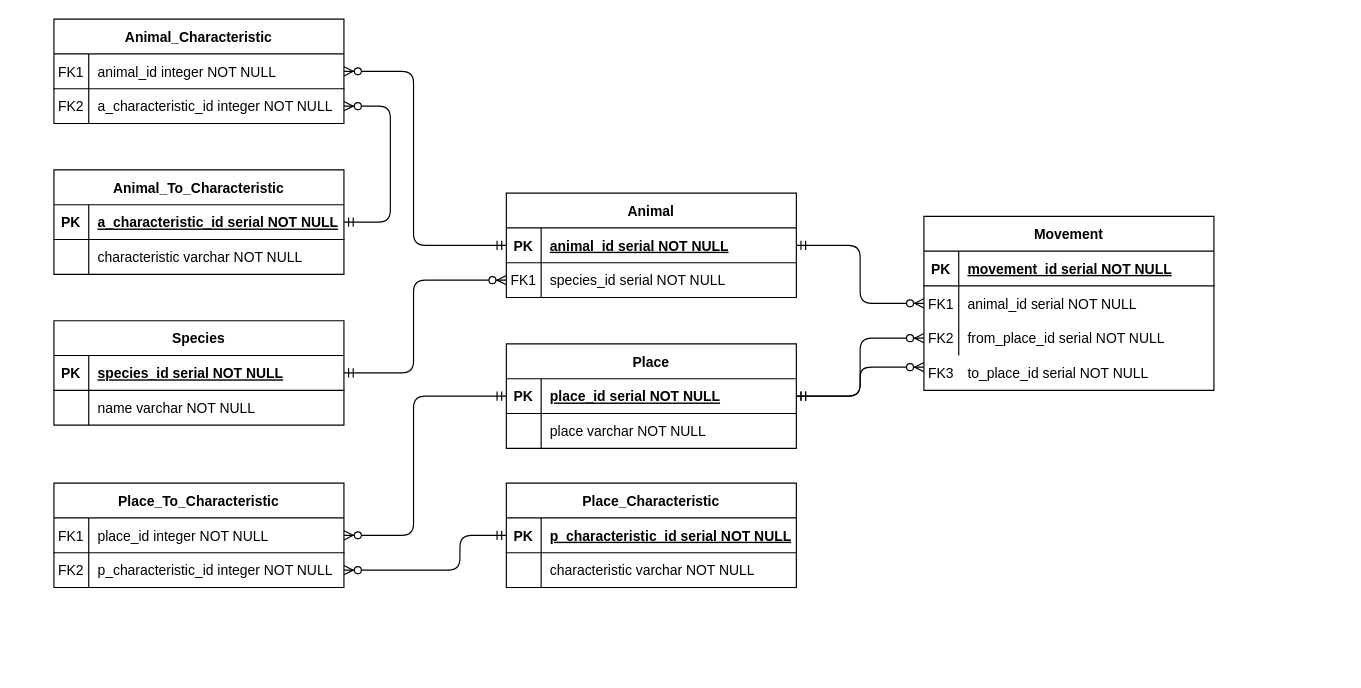
The draw.io diagram lab1/Lab1-ER-Diagram.drawio in Punctuality/Information_Systems_And_Databases_ITMO_2020, before the edit. Source tidied: cells renumbered, new cells numbered last; positions are measured from the earlier drawing's top-left corner, leaving out a move shared by most shapes. Both pictures are drawn from the tidied source at 116%, with x=0, y=0 at pixel (53, 19).
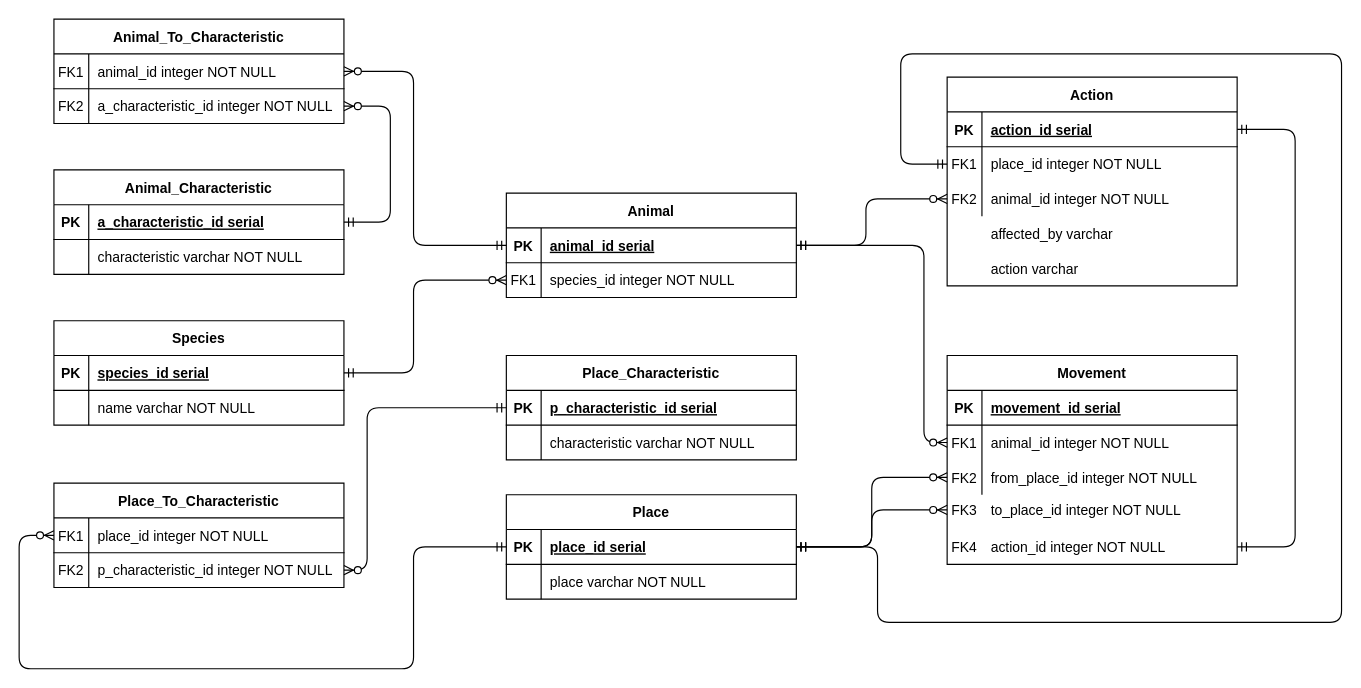
The same page after the edit.

Unchanged cells that the change refers to:
```xml
<mxCell id="15" style="shape=partialRectangle;fillColor=none;points=[[0,0.5],[1,0.5]];portConstraint=eastwest;top=0;left=0;right=0;bottom=1;" parent="14" vertex="1">
  <mxGeometry y="30" width="250" height="30" as="geometry" />
</mxCell>
<mxCell id="18" style="shape=partialRectangle;fillColor=none;points=[[0,0.5],[1,0.5]];portConstraint=eastwest;top=0;left=0;right=0;bottom=0;" parent="14" vertex="1">
  <mxGeometry y="60" width="250" height="30" as="geometry" />
</mxCell>
<mxCell id="23" style="shape=partialRectangle;fillColor=none;top=0;left=0;right=0;bottom=1;" parent="22" vertex="1">
  <mxGeometry y="30" width="250" height="30" as="geometry" />
</mxCell>
<mxCell id="26" style="shape=partialRectangle;fillColor=none;points=[[0,0.5],[1,0.5]];portConstraint=eastwest;top=0;left=0;right=0;bottom=0;" parent="22" vertex="1">
  <mxGeometry y="60" width="250" height="30" as="geometry" />
</mxCell>
<mxCell id="29" style="shape=partialRectangle;fillColor=none;points=[[0,0.5],[1,0.5]];portConstraint=eastwest;top=0;left=0;right=0;bottom=0;" parent="22" vertex="1">
  <mxGeometry y="90" width="250" height="30" as="geometry" />
</mxCell>
<mxCell id="45" style="shape=partialRectangle;fillColor=none;points=[[0,0.5],[1,0.5]];portConstraint=eastwest;top=0;left=0;right=0;bottom=1;" parent="44" vertex="1">
  <mxGeometry y="30" width="250" height="30" as="geometry" />
</mxCell>
<mxCell id="52" style="shape=partialRectangle;fillColor=none;points=[[0,0.5],[1,0.5]];portConstraint=eastwest;top=0;left=0;right=0;bottom=1;" parent="51" vertex="1">
  <mxGeometry y="30" width="250" height="30" as="geometry" />
</mxCell>
<mxCell id="61" style="shape=partialRectangle;fillColor=none;points=[[0,0.5],[1,0.5]];portConstraint=eastwest;top=0;left=0;right=0;bottom=1;fontStyle=1;" parent="60" vertex="1">
  <mxGeometry y="30" width="250" height="30" as="geometry" />
</mxCell>
<mxCell id="64" style="shape=partialRectangle;fillColor=none;points=[[0,0.5],[1,0.5]];portConstraint=eastwest;top=0;left=0;right=0;bottom=0;" parent="60" vertex="1">
  <mxGeometry y="60" width="250" height="30" as="geometry" />
</mxCell>
<mxCell id="70" style="shape=partialRectangle;fillColor=none;points=[[0,0.5],[1,0.5]];portConstraint=eastwest;top=0;left=0;right=0;bottom=1;" parent="69" vertex="1">
  <mxGeometry y="30" width="250" height="30" as="geometry" />
</mxCell>
```

The edit, as a diff of the source:
```diff
@@
-    <mxCell id="3" value="Place" style="shape=table;startSize=30;childLayout=tableLayout;rowLines=0;fontStyle=1;align=center;" parent="1" vertex="1">
-      <mxGeometry x="390" y="280" width="250" height="90" as="geometry" />
-    </mxCell>
-    <mxCell id="4" style="shape=partialRectangle;fillColor=none;points=[[0,0.5],[1,0.5]];portConstraint=eastwest;top=0;left=0;right=0;bottom=1;" parent="3" vertex="1">
-      <mxGeometry y="30" width="250" height="30" as="geometry" />
-    </mxCell>
-    <mxCell id="5" value="PK" style="shape=partialRectangle;overflow=hidden;fillColor=none;top=0;left=0;bottom=0;right=0;fontStyle=1;" parent="4" vertex="1">
-      <mxGeometry width="30" height="30" as="geometry" />
-    </mxCell>
-    <mxCell id="6" value="place_id serial NOT NULL " style="shape=partialRectangle;overflow=hidden;fillColor=none;top=0;left=0;bottom=0;right=0;align=left;spacingLeft=6;fontStyle=5;" parent="4" vertex="1">
-      <mxGeometry x="30" width="220" height="30" as="geometry" />
-    </mxCell>
-    <mxCell id="7" style="shape=partialRectangle;fillColor=none;top=0;left=0;right=0;bottom=0;" parent="3" vertex="1">
-      <mxGeometry y="60" width="250" height="30" as="geometry" />
-    </mxCell>
-    <mxCell id="8" style="shape=partialRectangle;overflow=hidden;fillColor=none;top=0;left=0;bottom=0;right=0;" parent="7" vertex="1">
-      <mxGeometry width="30" height="30" as="geometry" />
-    </mxCell>
-    <mxCell id="9" value="place varchar NOT NULL" style="shape=partialRectangle;overflow=hidden;fillColor=none;top=0;left=0;bottom=0;right=0;align=left;spacingLeft=6;" parent="7" vertex="1">
-      <mxGeometry x="30" width="220" height="30" as="geometry" />
-    </mxCell>
     <mxCell id="10" style="edgeStyle=elbowEdgeStyle;endArrow=ERzeroToMany;startArrow=ERmandOne;endFill=1;startFill=0;exitX=1;exitY=0.5;exitDx=0;exitDy=0;entryX=0;entryY=0.5;entryDx=0;entryDy=0;" parent="1" edge="1" source="15" target="26">
-      <mxGeometry relative="1" as="geometry" />
+      <mxGeometry relative="1" as="geometry">
+        <Array as="points">
+          <mxPoint x="750" y="280" />
+        </Array>
+      </mxGeometry>
     </mxCell>
@@
-    <mxCell id="17" value="animal_id serial NOT NULL " style="shape=partialRectangle;overflow=hidden;fillColor=none;top=0;left=0;bottom=0;right=0;align=left;spacingLeft=6;fontStyle=5;" parent="15" vertex="1">
+    <mxCell id="17" value="animal_id serial" style="shape=partialRectangle;overflow=hidden;fillColor=none;top=0;left=0;bottom=0;right=0;align=left;spacingLeft=6;fontStyle=5;" parent="15" vertex="1">
       <mxGeometry x="30" width="220" height="30" as="geometry" />
     </mxCell>
@@
-    <mxCell id="20" value="species_id serial NOT NULL" style="shape=partialRectangle;overflow=hidden;fillColor=none;top=0;left=0;bottom=0;right=0;align=left;spacingLeft=6;" parent="18" vertex="1">
+    <mxCell id="20" value="species_id integer NOT NULL" style="shape=partialRectangle;overflow=hidden;fillColor=none;top=0;left=0;bottom=0;right=0;align=left;spacingLeft=6;" parent="18" vertex="1">
       <mxGeometry x="30" width="220" height="30" as="geometry" />
     </mxCell>
     <mxCell id="21" style="group;" parent="1" vertex="1">
-      <mxGeometry x="750" y="170" width="250" height="160" as="geometry" />
+      <mxGeometry x="770" y="290" width="250" height="200" as="geometry" />
     </mxCell>
     <mxCell id="22" value="Movement" style="shape=table;startSize=30;childLayout=tableLayout;rowLines=0;fontStyle=1;align=center;" parent="21" vertex="1">
-      <mxGeometry width="250" height="150" as="geometry" />
+      <mxGeometry width="250" height="180" as="geometry" />
     </mxCell>
@@
-    <mxCell id="25" value="movement_id serial NOT NULL " style="shape=partialRectangle;overflow=hidden;fillColor=none;top=0;left=0;bottom=0;right=0;align=left;spacingLeft=6;fontStyle=5;" parent="23" vertex="1">
+    <mxCell id="25" value="movement_id serial" style="shape=partialRectangle;overflow=hidden;fillColor=none;top=0;left=0;bottom=0;right=0;align=left;spacingLeft=6;fontStyle=5;" parent="23" vertex="1">
       <mxGeometry x="30" width="220" height="30" as="geometry" />
     </mxCell>
@@
-    <mxCell id="28" value="animal_id serial NOT NULL" style="shape=partialRectangle;overflow=hidden;fillColor=none;top=0;left=0;bottom=0;right=0;align=left;spacingLeft=6;" parent="26" vertex="1">
+    <mxCell id="28" value="animal_id integer NOT NULL" style="shape=partialRectangle;overflow=hidden;fillColor=none;top=0;left=0;bottom=0;right=0;align=left;spacingLeft=6;" parent="26" vertex="1">
       <mxGeometry x="30" width="220" height="30" as="geometry" />
     </mxCell>
@@
-    <mxCell id="31" value="from_place_id serial NOT NULL" style="shape=partialRectangle;overflow=hidden;fillColor=none;top=0;left=0;bottom=0;right=0;align=left;spacingLeft=6;" parent="29" vertex="1">
+    <mxCell id="31" value="from_place_id integer NOT NULL" style="shape=partialRectangle;overflow=hidden;fillColor=none;top=0;left=0;bottom=0;right=0;align=left;spacingLeft=6;" parent="29" vertex="1">
       <mxGeometry x="30" width="220" height="30" as="geometry" />
     </mxCell>
     <mxCell id="32" style="group;" parent="21" vertex="1">
-      <mxGeometry y="120" width="250" height="30" as="geometry" />
+      <mxGeometry y="116.2" width="250" height="33.8" as="geometry" />
     </mxCell>
+    <mxCell id="34" style="shape=partialRectangle;overflow=hidden;fillColor=none;top=0;left=0;bottom=0;right=0;align=left;spacingLeft=6;" parent="32" vertex="1">
+      <mxGeometry x="30" width="220" height="33.8" as="geometry" />
+    </mxCell>
+    <mxCell id="76" style="shape=partialRectangle;fillColor=none;points=[[0,0.5],[1,0.5]];portConstraint=eastwest;top=0;left=0;right=0;bottom=0;" parent="32" vertex="1">
+      <mxGeometry width="250" height="33.8" as="geometry" />
+    </mxCell>
-    <mxCell id="33" value="FK3" style="shape=partialRectangle;overflow=hidden;fillColor=none;top=0;left=0;bottom=0;right=0;" parent="32" vertex="1">
-      <mxGeometry width="30" height="30" as="geometry" />
+    <mxCell id="33" value="FK3" style="shape=partialRectangle;overflow=hidden;fillColor=none;top=0;left=0;bottom=0;right=0;" parent="76" vertex="1">
+      <mxGeometry width="30" height="33.8" as="geometry" />
     </mxCell>
-    <mxCell id="34" value="to_place_id serial NOT NULL" style="shape=partialRectangle;overflow=hidden;fillColor=none;top=0;left=0;bottom=0;right=0;align=left;spacingLeft=6;" parent="32" vertex="1">
-      <mxGeometry x="30" width="220" height="30" as="geometry" />
-    </mxCell>
+    <mxCell id="77" value="to_place_id integer NOT NULL" style="shape=partialRectangle;overflow=hidden;fillColor=none;top=0;left=0;bottom=0;right=0;align=left;spacingLeft=6;" parent="76" vertex="1">
+      <mxGeometry x="30" width="220" height="33.8" as="geometry" />
+    </mxCell>
+    <mxCell id="78" style="group;" parent="21" vertex="1">
+      <mxGeometry y="150" width="250" height="30" as="geometry" />
+    </mxCell>
+    <mxCell id="79" style="shape=partialRectangle;overflow=hidden;fillColor=none;top=0;left=0;bottom=0;right=0;align=left;spacingLeft=6;" parent="78" vertex="1">
+      <mxGeometry x="30" width="220" height="30" as="geometry" />
+    </mxCell>
+    <mxCell id="80" style="shape=partialRectangle;fillColor=none;points=[[0,0.5],[1,0.5]];portConstraint=eastwest;top=0;left=0;right=0;bottom=0;" parent="78" vertex="1">
+      <mxGeometry width="250" height="30" as="geometry" />
+    </mxCell>
+    <mxCell id="81" value="FK4" style="shape=partialRectangle;overflow=hidden;fillColor=none;top=0;left=0;bottom=0;right=0;" parent="80" vertex="1">
+      <mxGeometry width="30" height="30" as="geometry" />
+    </mxCell>
+    <mxCell id="82" value="action_id integer NOT NULL" style="shape=partialRectangle;overflow=hidden;fillColor=none;top=0;left=0;bottom=0;right=0;align=left;spacingLeft=6;" parent="80" vertex="1">
+      <mxGeometry x="30" width="220" height="30" as="geometry" />
+    </mxCell>
@@
-    <mxCell id="36" style="edgeStyle=elbowEdgeStyle;endArrow=ERzeroToMany;startArrow=ERmandOne;endFill=1;startFill=0;exitX=1;exitY=0.5;exitDx=0;exitDy=0;" parent="1" edge="1" source="4">
-      <mxGeometry relative="1" as="geometry">
-        <mxPoint x="750" y="300" as="targetPoint" />
-      </mxGeometry>
+    <mxCell id="36" style="edgeStyle=elbowEdgeStyle;endArrow=ERzeroToMany;startArrow=ERmandOne;endFill=1;startFill=0;exitX=1;exitY=0.5;exitDx=0;exitDy=0;entryX=0;entryY=0.5;entryDx=0;entryDy=0;" parent="1" edge="1" source="4" target="76">
+      <mxGeometry relative="1" as="geometry" />
     </mxCell>
-    <mxCell id="37" value="Animal_Characteristic" style="shape=table;startSize=30;childLayout=tableLayout;rowLines=0;fontStyle=1;align=center;fontSize=12;" parent="1" vertex="1">
+    <mxCell id="37" value="Animal_To_Characteristic" style="shape=table;startSize=30;childLayout=tableLayout;rowLines=0;fontStyle=1;align=center;fontSize=12;" parent="1" vertex="1">
       <mxGeometry width="250" height="90" as="geometry" />
     </mxCell>
@@
-    <mxCell id="44" value="Animal_To_Characteristic" style="shape=table;startSize=30;childLayout=tableLayout;rowLines=0;fontStyle=1;align=center;fontSize=12;" parent="1" vertex="1">
+    <mxCell id="44" value="Animal_Characteristic" style="shape=table;startSize=30;childLayout=tableLayout;rowLines=0;fontStyle=1;align=center;fontSize=12;" parent="1" vertex="1">
       <mxGeometry y="130" width="250" height="90" as="geometry" />
     </mxCell>
@@
-    <mxCell id="47" value="a_characteristic_id serial NOT NULL " style="shape=partialRectangle;overflow=hidden;fillColor=none;top=0;left=0;bottom=0;right=0;align=left;spacingLeft=6;fontStyle=5;" parent="45" vertex="1">
+    <mxCell id="47" value="a_characteristic_id serial" style="shape=partialRectangle;overflow=hidden;fillColor=none;top=0;left=0;bottom=0;right=0;align=left;spacingLeft=6;fontStyle=5;" parent="45" vertex="1">
       <mxGeometry x="30" width="220" height="30" as="geometry" />
     </mxCell>
@@
-    <mxCell id="54" value="species_id serial NOT NULL " style="shape=partialRectangle;overflow=hidden;fillColor=none;top=0;left=0;bottom=0;right=0;align=left;spacingLeft=6;fontStyle=5;" parent="52" vertex="1">
+    <mxCell id="54" value="species_id serial" style="shape=partialRectangle;overflow=hidden;fillColor=none;top=0;left=0;bottom=0;right=0;align=left;spacingLeft=6;fontStyle=5;" parent="52" vertex="1">
       <mxGeometry x="30" width="220" height="30" as="geometry" />
     </mxCell>
@@
-    <mxCell id="67" style="edgeStyle=elbowEdgeStyle;endArrow=ERzeroToMany;startArrow=ERmandOne;endFill=1;startFill=0;exitX=0;exitY=0.5;exitDx=0;exitDy=0;entryX=1;entryY=0.5;entryDx=0;entryDy=0;" parent="1" edge="1" source="4" target="61">
+    <mxCell id="67" style="endArrow=ERzeroToMany;startArrow=ERmandOne;endFill=1;startFill=0;exitX=0;exitY=0.5;exitDx=0;exitDy=0;entryX=0;entryY=0.5;entryDx=0;entryDy=0;" parent="1" edge="1" source="4" target="61">
       <mxGeometry relative="1" as="geometry">
         <Array as="points">
-          <mxPoint x="310" y="390" />
+          <mxPoint x="310" y="455" />
+          <mxPoint x="310" y="560" />
+          <mxPoint x="-30" y="560" />
+          <mxPoint x="-30" y="445" />
         </Array>
       </mxGeometry>
     </mxCell>
     <mxCell id="68" style="edgeStyle=elbowEdgeStyle;endArrow=ERzeroToMany;startArrow=ERmandOne;endFill=1;startFill=0;entryX=1;entryY=0.5;entryDx=0;entryDy=0;exitX=0;exitY=0.5;exitDx=0;exitDy=0;" parent="1" edge="1" source="70" target="64">
       <mxGeometry relative="1" as="geometry">
         <Array as="points">
-          <mxPoint x="350" y="460" />
+          <mxPoint x="270" y="410" />
         </Array>
       </mxGeometry>
     </mxCell>
+    <mxCell id="83" value="Action" style="shape=table;startSize=30;childLayout=tableLayout;rowLines=0;fontStyle=1;align=center;" parent="1" vertex="1">
+      <mxGeometry x="770" y="50" width="250" height="180" as="geometry" />
+    </mxCell>
+    <mxCell id="84" style="shape=partialRectangle;fillColor=none;points=[[0,0.5],[1,0.5]];portConstraint=eastwest;top=0;left=0;right=0;bottom=1;" parent="83" vertex="1">
+      <mxGeometry y="30" width="250" height="30" as="geometry" />
+    </mxCell>
+    <mxCell id="85" value="PK" style="shape=partialRectangle;overflow=hidden;fillColor=none;top=0;left=0;bottom=0;right=0;fontStyle=1;" parent="84" vertex="1">
+      <mxGeometry width="30" height="30" as="geometry" />
+    </mxCell>
+    <mxCell id="86" value="action_id serial" style="shape=partialRectangle;overflow=hidden;fillColor=none;top=0;left=0;bottom=0;right=0;align=left;spacingLeft=6;fontStyle=5;" parent="84" vertex="1">
+      <mxGeometry x="30" width="220" height="30" as="geometry" />
+    </mxCell>
+    <mxCell id="87" style="shape=partialRectangle;fillColor=none;points=[[0,0.5],[1,0.5]];portConstraint=eastwest;top=0;left=0;right=0;bottom=0;" parent="83" vertex="1">
+      <mxGeometry y="60" width="250" height="30" as="geometry" />
+    </mxCell>
+    <mxCell id="88" value="FK1" style="shape=partialRectangle;overflow=hidden;fillColor=none;top=0;left=0;bottom=0;right=0;" parent="87" vertex="1">
+      <mxGeometry width="30" height="30" as="geometry" />
+    </mxCell>
+    <mxCell id="89" value="place_id integer NOT NULL" style="shape=partialRectangle;overflow=hidden;fillColor=none;top=0;left=0;bottom=0;right=0;align=left;spacingLeft=6;" parent="87" vertex="1">
+      <mxGeometry x="30" width="220" height="30" as="geometry" />
+    </mxCell>
+    <mxCell id="90" style="shape=partialRectangle;fillColor=none;points=[[0,0.5],[1,0.5]];portConstraint=eastwest;top=0;left=0;right=0;bottom=0;" parent="83" vertex="1">
+      <mxGeometry y="90" width="250" height="30" as="geometry" />
+    </mxCell>
+    <mxCell id="91" value="FK2" style="shape=partialRectangle;overflow=hidden;fillColor=none;top=0;left=0;bottom=0;right=0;" parent="90" vertex="1">
+      <mxGeometry width="30" height="30" as="geometry" />
+    </mxCell>
+    <mxCell id="92" value="animal_id integer NOT NULL" style="shape=partialRectangle;overflow=hidden;fillColor=none;top=0;left=0;bottom=0;right=0;align=left;spacingLeft=6;" parent="90" vertex="1">
+      <mxGeometry x="30" width="220" height="30" as="geometry" />
+    </mxCell>
+    <mxCell id="93" value="affected_by varchar" style="shape=partialRectangle;overflow=hidden;fillColor=none;top=0;left=0;bottom=0;right=0;align=left;spacingLeft=6;" parent="1" vertex="1">
+      <mxGeometry x="800" y="170" width="220" height="30" as="geometry" />
+    </mxCell>
+    <mxCell id="94" style="edgeStyle=elbowEdgeStyle;endArrow=ERmandOne;startArrow=ERmandOne;endFill=0;startFill=0;exitX=1;exitY=0.5;exitDx=0;exitDy=0;entryX=1;entryY=0.5;entryDx=0;entryDy=0;" parent="1" edge="1" source="84" target="80">
+      <mxGeometry relative="1" as="geometry">
+        <Array as="points">
+          <mxPoint x="1070" y="280" />
+        </Array>
+      </mxGeometry>
+    </mxCell>
+    <mxCell id="95" style="edgeStyle=elbowEdgeStyle;endArrow=ERmandOne;startArrow=ERzeroToMany;endFill=0;startFill=1;exitX=0;exitY=0.5;exitDx=0;exitDy=0;entryX=1;entryY=0.5;entryDx=0;entryDy=0;" parent="1" edge="1" source="90" target="15">
+      <mxGeometry relative="1" as="geometry">
+        <Array as="points">
+          <mxPoint x="700" y="155" />
+        </Array>
+      </mxGeometry>
+    </mxCell>
     <mxCell id="69" value="Place_Characteristic" style="shape=table;startSize=30;childLayout=tableLayout;rowLines=0;fontStyle=1;align=center;" parent="1" vertex="1">
-      <mxGeometry x="390" y="400" width="250" height="90" as="geometry" />
+      <mxGeometry x="390" y="290" width="250" height="90" as="geometry" />
     </mxCell>
@@
-    <mxCell id="72" value="p_characteristic_id serial NOT NULL " style="shape=partialRectangle;overflow=hidden;fillColor=none;top=0;left=0;bottom=0;right=0;align=left;spacingLeft=6;fontStyle=5;" parent="70" vertex="1">
+    <mxCell id="72" value="p_characteristic_id serial" style="shape=partialRectangle;overflow=hidden;fillColor=none;top=0;left=0;bottom=0;right=0;align=left;spacingLeft=6;fontStyle=5;" parent="70" vertex="1">
       <mxGeometry x="30" width="220" height="30" as="geometry" />
     </mxCell>
@@
+    <mxCell id="3" value="Place" style="shape=table;startSize=30;childLayout=tableLayout;rowLines=0;fontStyle=1;align=center;" parent="1" vertex="1">
+      <mxGeometry x="390" y="410" width="250" height="90" as="geometry" />
+    </mxCell>
+    <mxCell id="4" style="shape=partialRectangle;fillColor=none;points=[[0,0.5],[1,0.5]];portConstraint=eastwest;top=0;left=0;right=0;bottom=1;" parent="3" vertex="1">
+      <mxGeometry y="30" width="250" height="30" as="geometry" />
+    </mxCell>
+    <mxCell id="5" value="PK" style="shape=partialRectangle;overflow=hidden;fillColor=none;top=0;left=0;bottom=0;right=0;fontStyle=1;" parent="4" vertex="1">
+      <mxGeometry width="30" height="30" as="geometry" />
+    </mxCell>
+    <mxCell id="6" value="place_id serial" style="shape=partialRectangle;overflow=hidden;fillColor=none;top=0;left=0;bottom=0;right=0;align=left;spacingLeft=6;fontStyle=5;" parent="4" vertex="1">
+      <mxGeometry x="30" width="220" height="30" as="geometry" />
+    </mxCell>
+    <mxCell id="7" style="shape=partialRectangle;fillColor=none;top=0;left=0;right=0;bottom=0;" parent="3" vertex="1">
+      <mxGeometry y="60" width="250" height="30" as="geometry" />
+    </mxCell>
+    <mxCell id="8" style="shape=partialRectangle;overflow=hidden;fillColor=none;top=0;left=0;bottom=0;right=0;" parent="7" vertex="1">
+      <mxGeometry width="30" height="30" as="geometry" />
+    </mxCell>
+    <mxCell id="9" value="place varchar NOT NULL" style="shape=partialRectangle;overflow=hidden;fillColor=none;top=0;left=0;bottom=0;right=0;align=left;spacingLeft=6;" parent="7" vertex="1">
+      <mxGeometry x="30" width="220" height="30" as="geometry" />
+    </mxCell>
+    <mxCell id="96" style="endArrow=ERmandOne;startArrow=ERmandOne;endFill=0;startFill=0;exitX=0;exitY=0.5;exitDx=0;exitDy=0;entryX=1;entryY=0.5;entryDx=0;entryDy=0;" parent="1" edge="1" source="87" target="4">
+      <mxGeometry relative="1" as="geometry">
+        <Array as="points">
+          <mxPoint x="730" y="125" />
+          <mxPoint x="730" y="30" />
+          <mxPoint x="1110" y="30" />
+          <mxPoint x="1110" y="520" />
+          <mxPoint x="710" y="520" />
+          <mxPoint x="710" y="455" />
+        </Array>
+      </mxGeometry>
+    </mxCell>
+    <mxCell id="97" value="action varchar" style="shape=partialRectangle;overflow=hidden;fillColor=none;top=0;left=0;bottom=0;right=0;align=left;spacingLeft=6;" parent="1" vertex="1">
+      <mxGeometry x="800" y="200" width="220" height="30" as="geometry" />
+    </mxCell>
```
